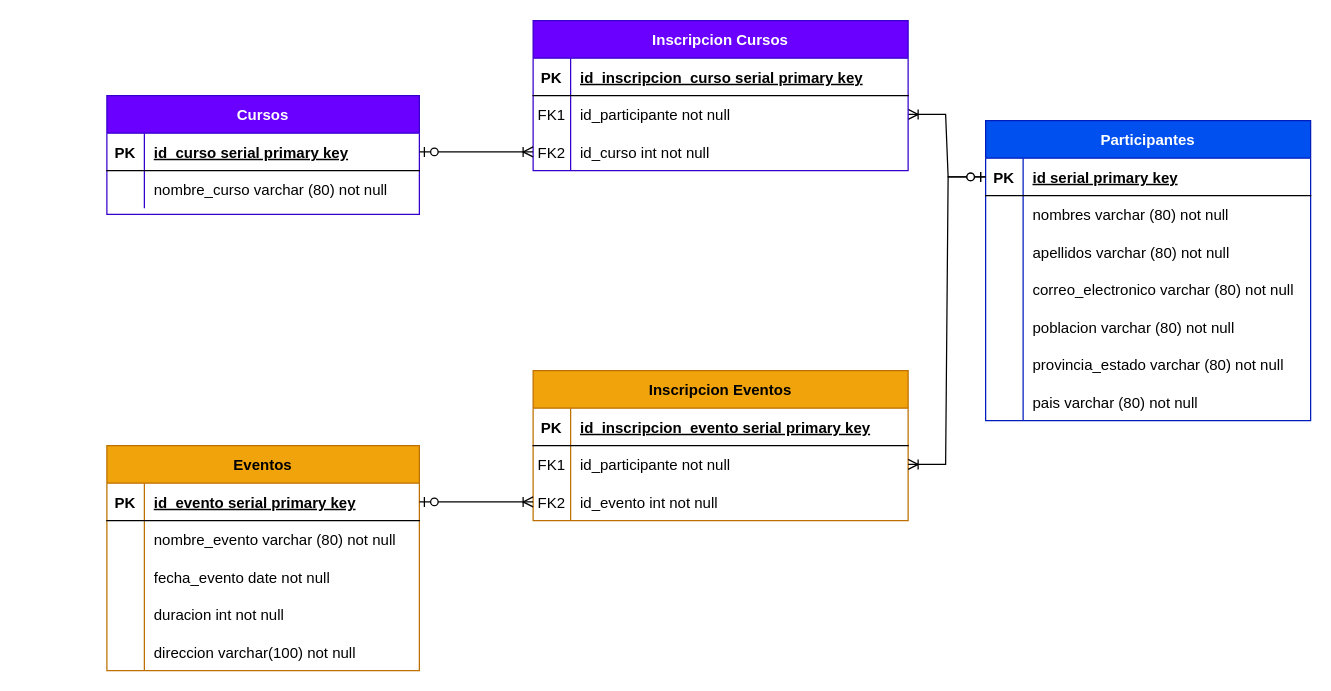
This is Modelo_de_datos_JuanDavidPardo.drawio from pardo2410/pruebaTecnicaCodeNoCode, a draw.io file, before an edit. Source tidied: cells renumbered, new cells numbered last; positions are measured from the earlier drawing's top-left corner, leaving out a move shared by most shapes. Both pictures are drawn from the tidied source at 125%, with x=0, y=0 at pixel (106, 20).
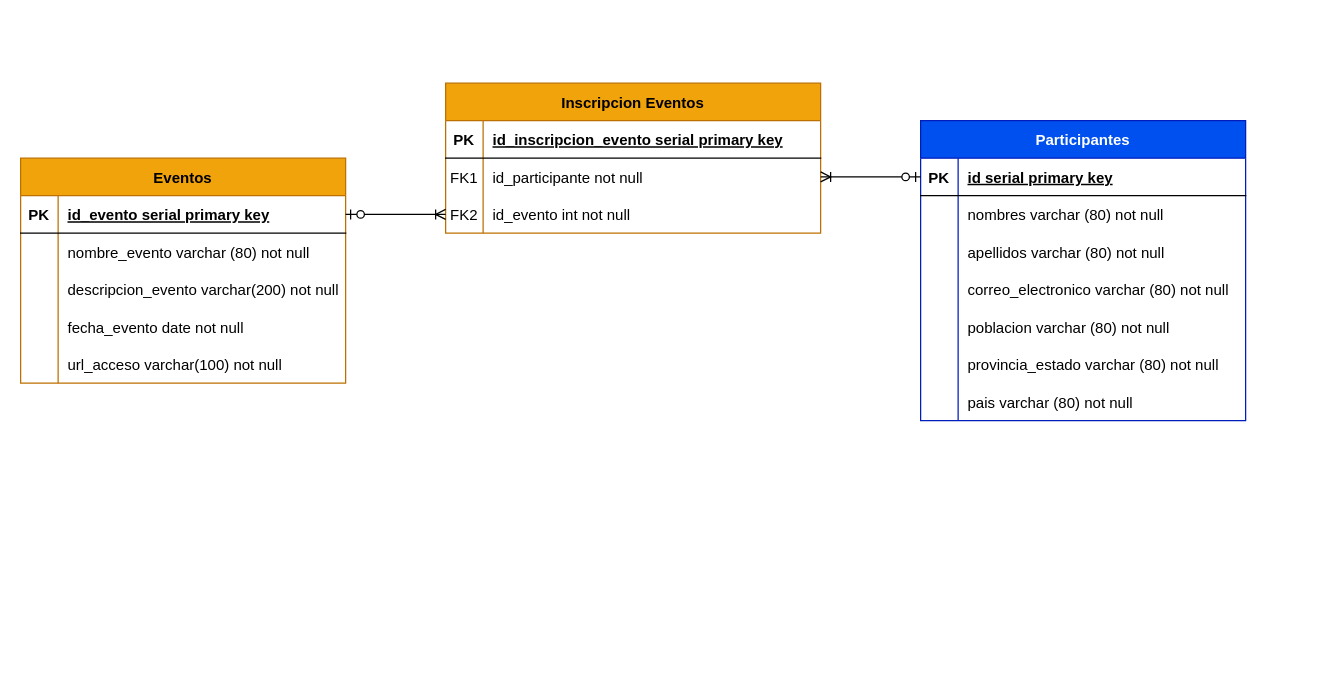
The same diagram, later.

Unchanged cells that the change refers to:
```xml
<mxCell id="3" style="shape=partialRectangle;fillColor=none;points=[[0,0.5],[1,0.5]];portConstraint=eastwest;top=0;left=0;right=0;bottom=1;" parent="2" vertex="1">
  <mxGeometry y="30" width="260" height="30" as="geometry" />
</mxCell>
```

The edit, as a diff of the source:
```diff
@@
     <mxCell id="2" value="Participantes" style="shape=table;startSize=30;childLayout=tableLayout;rowLines=0;fontStyle=1;align=center;fillColor=#0050ef;fontColor=#ffffff;strokeColor=#001DBC;" parent="1" vertex="1">
-      <mxGeometry x="703" y="80" width="260" height="240" as="geometry" />
+      <mxGeometry x="651" y="80" width="260" height="240" as="geometry" />
     </mxCell>
@@
     <mxCell id="24" value="Inscripcion Eventos" style="shape=table;startSize=30;childLayout=tableLayout;rowLines=0;fontStyle=1;align=center;fillColor=#f0a30a;fontColor=#000000;strokeColor=#BD7000;" parent="1" vertex="1">
-      <mxGeometry x="341" y="280" width="300" height="120" as="geometry" />
+      <mxGeometry x="271" y="50" width="300" height="120" as="geometry" />
     </mxCell>
@@
-    <mxCell id="34" style="edgeStyle=entityRelationEdgeStyle;fontSize=12;html=1;endArrow=ERoneToMany;startArrow=ERzeroToOne;rounded=0;strokeColor=default;entryX=1;entryY=0.5;entryDx=0;entryDy=0;" parent="1" edge="1" source="3" target="46">
-      <mxGeometry relative="1" as="geometry" />
-    </mxCell>
-    <mxCell id="35" value="Cursos" style="shape=table;startSize=30;childLayout=tableLayout;rowLines=0;fontStyle=1;align=center;fillColor=#6a00ff;fontColor=#ffffff;strokeColor=#3700CC;" parent="1" vertex="1">
-      <mxGeometry y="60" width="250" height="95" as="geometry" />
-    </mxCell>
-    <mxCell id="36" style="shape=partialRectangle;fillColor=none;points=[[0,0.5],[1,0.5]];portConstraint=eastwest;top=0;left=0;right=0;bottom=1;" parent="35" vertex="1">
-      <mxGeometry y="30" width="250" height="30" as="geometry" />
-    </mxCell>
-    <mxCell id="37" value="PK" style="shape=partialRectangle;overflow=hidden;fillColor=none;top=0;left=0;bottom=0;right=0;fontStyle=1;" parent="36" vertex="1">
-      <mxGeometry width="30" height="30" as="geometry" />
-    </mxCell>
-    <mxCell id="38" value="id_curso serial primary key" style="shape=partialRectangle;overflow=hidden;fillColor=none;top=0;left=0;bottom=0;right=0;align=left;spacingLeft=6;fontStyle=5;" parent="36" vertex="1">
-      <mxGeometry x="30" width="220" height="30" as="geometry" />
-    </mxCell>
-    <mxCell id="39" style="shape=partialRectangle;fillColor=none;top=0;left=0;right=0;bottom=0;" parent="35" vertex="1">
-      <mxGeometry y="60" width="250" height="30" as="geometry" />
-    </mxCell>
-    <mxCell id="40" style="shape=partialRectangle;overflow=hidden;fillColor=none;top=0;left=0;bottom=0;right=0;" parent="39" vertex="1">
-      <mxGeometry width="30" height="30" as="geometry" />
-    </mxCell>
-    <mxCell id="41" value="nombre_curso varchar (80) not null" style="shape=partialRectangle;overflow=hidden;fillColor=none;top=0;left=0;bottom=0;right=0;align=left;spacingLeft=6;" parent="39" vertex="1">
-      <mxGeometry x="30" width="220" height="30" as="geometry" />
-    </mxCell>
-    <mxCell id="42" value="Inscripcion Cursos" style="shape=table;startSize=30;childLayout=tableLayout;rowLines=0;fontStyle=1;align=center;fillColor=#6a00ff;fontColor=#ffffff;strokeColor=#3700CC;" parent="1" vertex="1">
-      <mxGeometry x="341" width="300" height="120" as="geometry" />
-    </mxCell>
-    <mxCell id="43" style="shape=partialRectangle;fillColor=none;top=0;left=0;right=0;bottom=1;" parent="42" vertex="1">
-      <mxGeometry y="30" width="300" height="30" as="geometry" />
-    </mxCell>
-    <mxCell id="44" value="PK" style="shape=partialRectangle;overflow=hidden;fillColor=none;top=0;left=0;bottom=0;right=0;fontStyle=1;" parent="43" vertex="1">
-      <mxGeometry width="30" height="30" as="geometry" />
-    </mxCell>
-    <mxCell id="45" value="id_inscripcion_curso serial primary key" style="shape=partialRectangle;overflow=hidden;fillColor=none;top=0;left=0;bottom=0;right=0;align=left;spacingLeft=6;fontStyle=5;" parent="43" vertex="1">
-      <mxGeometry x="30" width="270" height="30" as="geometry" />
-    </mxCell>
-    <mxCell id="46" style="shape=partialRectangle;fillColor=none;points=[[0,0.5],[1,0.5]];portConstraint=eastwest;top=0;left=0;right=0;bottom=0;" parent="42" vertex="1">
-      <mxGeometry y="60" width="300" height="30" as="geometry" />
-    </mxCell>
-    <mxCell id="47" value="FK1" style="shape=partialRectangle;overflow=hidden;fillColor=none;top=0;left=0;bottom=0;right=0;" parent="46" vertex="1">
-      <mxGeometry width="30" height="30" as="geometry" />
-    </mxCell>
-    <mxCell id="48" value="id_participante not null" style="shape=partialRectangle;overflow=hidden;fillColor=none;top=0;left=0;bottom=0;right=0;align=left;spacingLeft=6;" parent="46" vertex="1">
-      <mxGeometry x="30" width="270" height="30" as="geometry" />
-    </mxCell>
-    <mxCell id="49" style="shape=partialRectangle;fillColor=none;points=[[0,0.5],[1,0.5]];portConstraint=eastwest;top=0;left=0;right=0;bottom=0;" parent="42" vertex="1">
-      <mxGeometry y="90" width="300" height="30" as="geometry" />
-    </mxCell>
-    <mxCell id="50" value="FK2" style="shape=partialRectangle;overflow=hidden;fillColor=none;top=0;left=0;bottom=0;right=0;" parent="49" vertex="1">
-      <mxGeometry width="30" height="30" as="geometry" />
-    </mxCell>
-    <mxCell id="51" value="id_curso int not null" style="shape=partialRectangle;overflow=hidden;fillColor=none;top=0;left=0;bottom=0;right=0;align=left;spacingLeft=6;" parent="49" vertex="1">
-      <mxGeometry x="30" width="270" height="30" as="geometry" />
-    </mxCell>
-    <mxCell id="52" style="edgeStyle=entityRelationEdgeStyle;fontSize=12;html=1;endArrow=ERoneToMany;startArrow=ERzeroToOne;rounded=0;exitX=1;exitY=0.5;exitDx=0;exitDy=0;strokeColor=default;" parent="1" edge="1" source="36" target="49">
-      <mxGeometry relative="1" as="geometry" />
-    </mxCell>
     <mxCell id="53" value="Eventos" style="shape=table;startSize=30;childLayout=tableLayout;rowLines=0;fontStyle=1;align=center;fillColor=#f0a30a;fontColor=#000000;strokeColor=#BD7000;" parent="1" vertex="1">
-      <mxGeometry y="340" width="250" height="180" as="geometry" />
+      <mxGeometry x="-69" y="110" width="260" height="180" as="geometry" />
     </mxCell>
     <mxCell id="54" style="shape=partialRectangle;fillColor=none;points=[[0,0.5],[1,0.5]];portConstraint=eastwest;top=0;left=0;right=0;bottom=1;" parent="53" vertex="1">
-      <mxGeometry y="30" width="250" height="30" as="geometry" />
+      <mxGeometry y="30" width="260" height="30" as="geometry" />
     </mxCell>
@@
     <mxCell id="56" value="id_evento serial primary key" style="shape=partialRectangle;overflow=hidden;fillColor=none;top=0;left=0;bottom=0;right=0;align=left;spacingLeft=6;fontStyle=5;" parent="54" vertex="1">
-      <mxGeometry x="30" width="220" height="30" as="geometry" />
+      <mxGeometry x="30" width="230" height="30" as="geometry" />
     </mxCell>
     <mxCell id="57" style="shape=partialRectangle;fillColor=none;top=0;left=0;right=0;bottom=0;" parent="53" vertex="1">
-      <mxGeometry y="60" width="250" height="30" as="geometry" />
+      <mxGeometry y="60" width="260" height="30" as="geometry" />
     </mxCell>
@@
     <mxCell id="59" value="nombre_evento varchar (80) not null " style="shape=partialRectangle;overflow=hidden;fillColor=none;top=0;left=0;bottom=0;right=0;align=left;spacingLeft=6;" parent="57" vertex="1">
-      <mxGeometry x="30" width="220" height="30" as="geometry" />
+      <mxGeometry x="30" width="230" height="30" as="geometry" />
     </mxCell>
     <mxCell id="60" style="shape=partialRectangle;fillColor=none;top=0;left=0;right=0;bottom=0;" parent="53" vertex="1">
-      <mxGeometry y="90" width="250" height="30" as="geometry" />
+      <mxGeometry y="90" width="260" height="30" as="geometry" />
     </mxCell>
@@
-    <mxCell id="62" value="fecha_evento date not null " style="shape=partialRectangle;overflow=hidden;fillColor=none;top=0;left=0;bottom=0;right=0;align=left;spacingLeft=6;" parent="60" vertex="1">
-      <mxGeometry x="30" width="220" height="30" as="geometry" />
+    <mxCell id="62" value="descripcion_evento varchar(200) not null" style="shape=partialRectangle;overflow=hidden;fillColor=none;top=0;left=0;bottom=0;right=0;align=left;spacingLeft=6;" parent="60" vertex="1">
+      <mxGeometry x="30" width="230" height="30" as="geometry" />
     </mxCell>
     <mxCell id="63" style="shape=partialRectangle;fillColor=none;top=0;left=0;right=0;bottom=0;" parent="53" vertex="1">
-      <mxGeometry y="120" width="250" height="30" as="geometry" />
+      <mxGeometry y="120" width="260" height="30" as="geometry" />
     </mxCell>
@@
-    <mxCell id="65" value="duracion int not null " style="shape=partialRectangle;overflow=hidden;fillColor=none;top=0;left=0;bottom=0;right=0;align=left;spacingLeft=6;" parent="63" vertex="1">
-      <mxGeometry x="30" width="220" height="30" as="geometry" />
+    <mxCell id="65" value="fecha_evento date not null " style="shape=partialRectangle;overflow=hidden;fillColor=none;top=0;left=0;bottom=0;right=0;align=left;spacingLeft=6;" parent="63" vertex="1">
+      <mxGeometry x="30" width="230" height="30" as="geometry" />
     </mxCell>
     <mxCell id="66" style="shape=partialRectangle;fillColor=none;top=0;left=0;right=0;bottom=0;" parent="53" vertex="1">
-      <mxGeometry y="150" width="250" height="30" as="geometry" />
+      <mxGeometry y="150" width="260" height="30" as="geometry" />
     </mxCell>
@@
-    <mxCell id="68" value="direccion varchar(100) not null" style="shape=partialRectangle;overflow=hidden;fillColor=none;top=0;left=0;bottom=0;right=0;align=left;spacingLeft=6;" parent="66" vertex="1">
-      <mxGeometry x="30" width="220" height="30" as="geometry" />
+    <mxCell id="68" value="url_acceso varchar(100) not null" style="shape=partialRectangle;overflow=hidden;fillColor=none;top=0;left=0;bottom=0;right=0;align=left;spacingLeft=6;" parent="66" vertex="1">
+      <mxGeometry x="30" width="230" height="30" as="geometry" />
     </mxCell>
```
